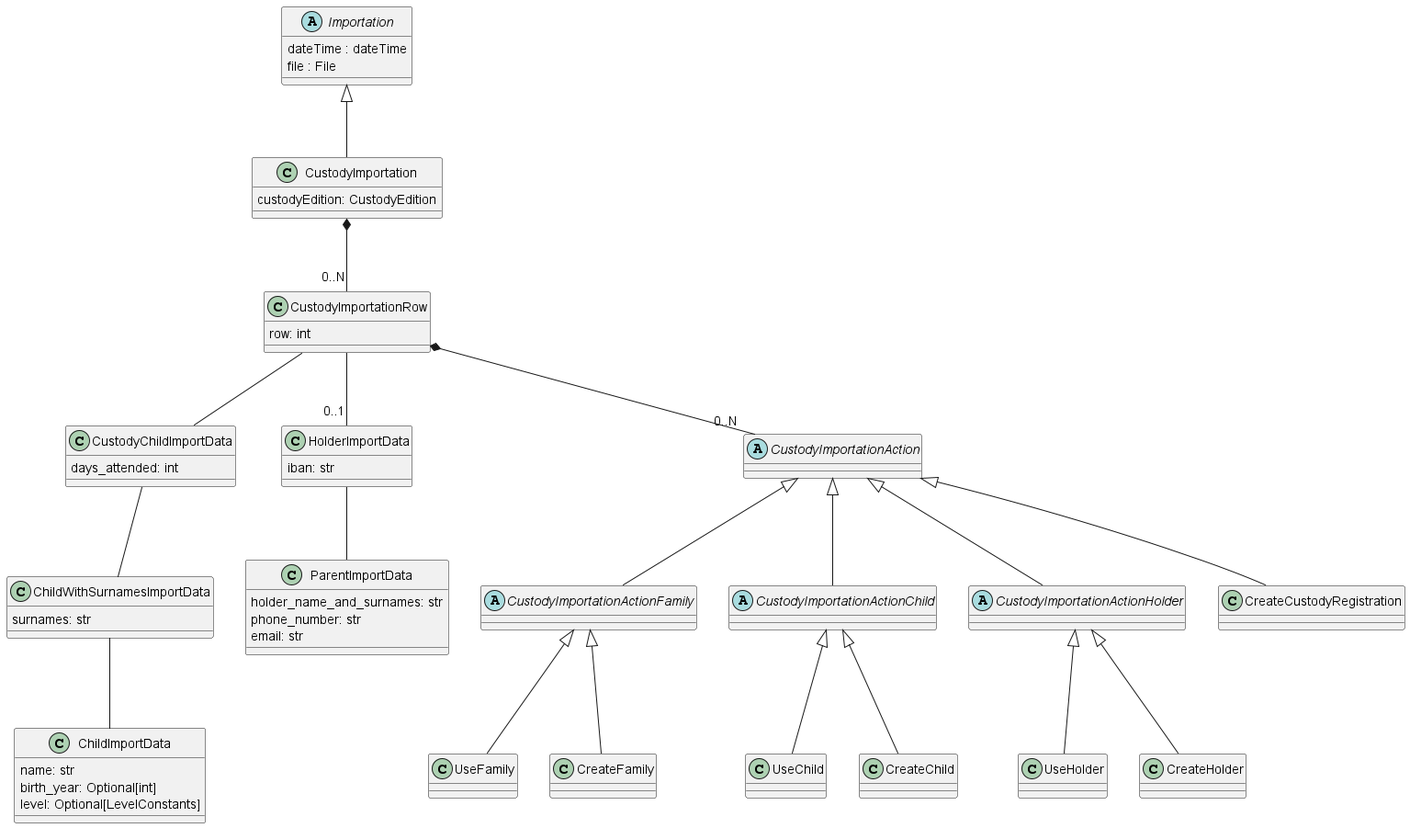
Above: doc/DomainModelDiagram/ImportationPackage/ImportationPackage.png in IgnacioMaestro/ampa-manager (PlantUML), before the change. The source it was exported from:
```plantuml
@startuml
abstract class Importation {
    dateTime : dateTime
    file : File
}
class CustodyImportation {
    custodyEdition: CustodyEdition
}
class CustodyImportationRow {
    row: int
}
class CustodyChildImportData {
    days_attended: int
}
class HolderImportData {
    iban: str
}
class ChildWithSurnamesImportData {
    surnames: str
}
class ChildImportData {
    name: str
    birth_year: Optional[int]
    level: Optional[LevelConstants]
}
class ParentImportData {
    holder_name_and_surnames: str
    phone_number: str
    email: str
}
abstract class CustodyImportationAction
abstract class CustodyImportationActionFamily
abstract class CustodyImportationActionChild
abstract class CustodyImportationActionHolder
class UseFamily
class CreateFamily
class UseChild
class CreateChild
class UseHolder
class CreateHolder
class CreateCustodyRegistration

Importation <|-- CustodyImportation: ""

CustodyImportation *-- "0..N" CustodyImportationRow: ""

CustodyImportationRow -- CustodyChildImportData: ""
CustodyImportationRow -- "0..1" HolderImportData: ""
CustodyImportationRow *-- "0..N" CustodyImportationAction: ""

CustodyChildImportData -- ChildWithSurnamesImportData: ""
ChildWithSurnamesImportData -- ChildImportData: ""

HolderImportData -- ParentImportData: ""

CustodyImportationAction <|-- CustodyImportationActionFamily: ""
CustodyImportationAction <|-- CreateCustodyRegistration: ""
CustodyImportationAction <|-- CustodyImportationActionChild: ""
CustodyImportationAction <|-- CustodyImportationActionHolder: ""
CustodyImportationActionFamily <|-- UseFamily: ""
CustodyImportationActionFamily <|-- CreateFamily: ""
CustodyImportationActionChild <|-- UseChild: ""
CustodyImportationActionChild <|-- CreateChild: ""
CustodyImportationActionHolder <|-- UseHolder: ""
CustodyImportationActionHolder <|-- CreateHolder: ""
@enduml
```
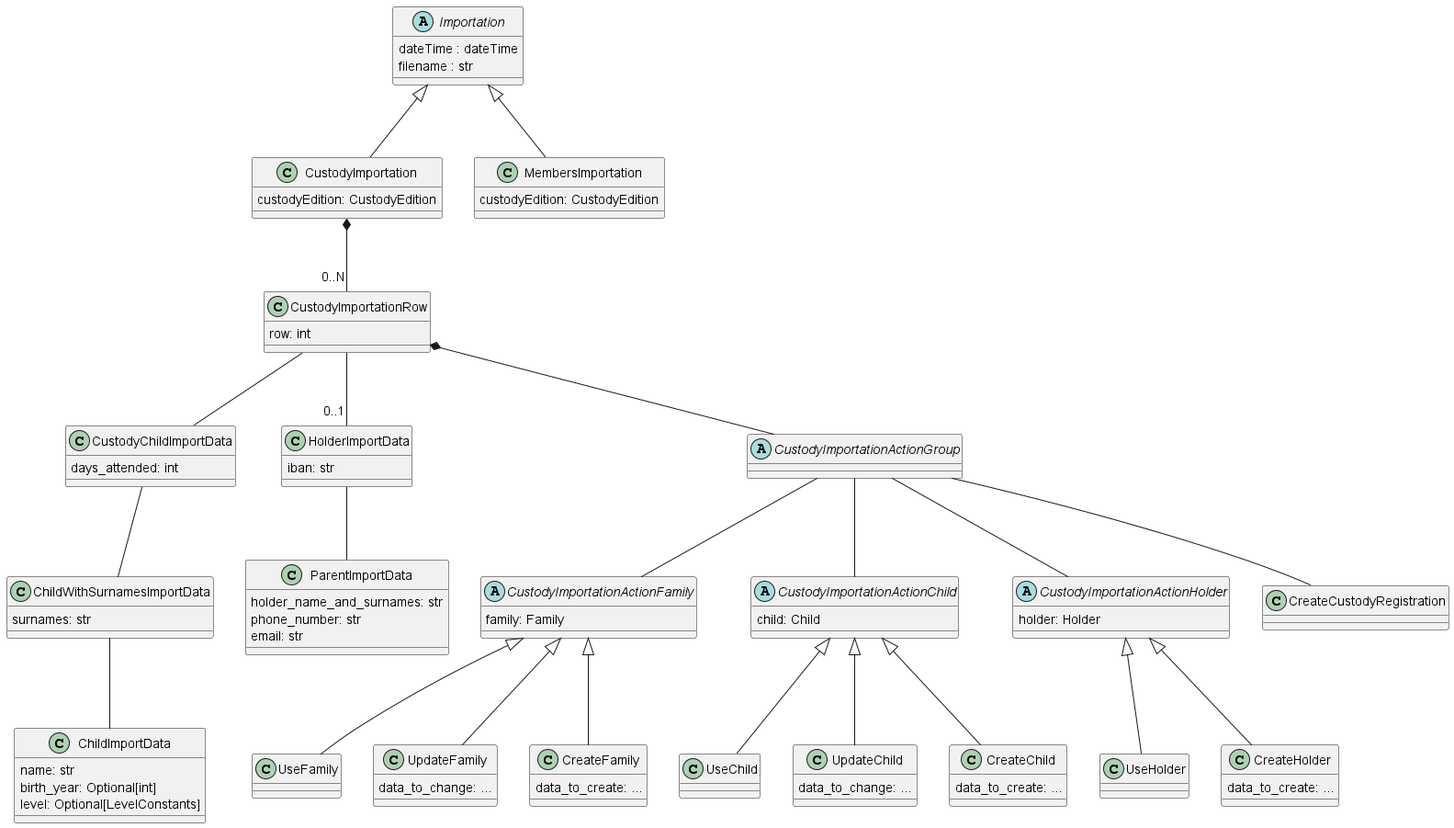
After the commit.

Diff of the diagram source:
```diff
@@ -1,9 +1,12 @@
 @startuml
 abstract class Importation {
     dateTime : dateTime
-    file : File
+    filename : str
 }
 class CustodyImportation {
+    custodyEdition: CustodyEdition
+}
+class MembersImportation {
     custodyEdition: CustodyEdition
 }
 class CustodyImportationRow {
@@ -28,39 +31,60 @@
     phone_number: str
     email: str
 }
-abstract class CustodyImportationAction
-abstract class CustodyImportationActionFamily
-abstract class CustodyImportationActionChild
-abstract class CustodyImportationActionHolder
+abstract class CustodyImportationActionGroup
+abstract class CustodyImportationActionFamily {
+    family: Family
+}
+abstract class CustodyImportationActionChild {
+    child: Child
+}
+abstract class CustodyImportationActionHolder {
+    holder: Holder
+}
 class UseFamily
-class CreateFamily
+class UpdateFamily {
+    data_to_change: ...
+}
+class CreateFamily {
+    data_to_create: ...
+}
 class UseChild
-class CreateChild
+class UpdateChild {
+    data_to_change: ...
+}
+class CreateChild {
+    data_to_create: ...
+}
 class UseHolder
-class CreateHolder
+class CreateHolder {
+    data_to_create: ...
+}
 class CreateCustodyRegistration
 
 Importation <|-- CustodyImportation: ""
+Importation <|-- MembersImportation: ""
 
 CustodyImportation *-- "0..N" CustodyImportationRow: ""
 
 CustodyImportationRow -- CustodyChildImportData: ""
 CustodyImportationRow -- "0..1" HolderImportData: ""
-CustodyImportationRow *-- "0..N" CustodyImportationAction: ""
+CustodyImportationRow *-- CustodyImportationActionGroup: ""
 
 CustodyChildImportData -- ChildWithSurnamesImportData: ""
 ChildWithSurnamesImportData -- ChildImportData: ""
 
 HolderImportData -- ParentImportData: ""
 
-CustodyImportationAction <|-- CustodyImportationActionFamily: ""
-CustodyImportationAction <|-- CreateCustodyRegistration: ""
-CustodyImportationAction <|-- CustodyImportationActionChild: ""
-CustodyImportationAction <|-- CustodyImportationActionHolder: ""
+CustodyImportationActionGroup -- CustodyImportationActionFamily: ""
+CustodyImportationActionGroup -- CreateCustodyRegistration: ""
+CustodyImportationActionGroup -- CustodyImportationActionChild: ""
+CustodyImportationActionGroup -- CustodyImportationActionHolder: ""
 CustodyImportationActionFamily <|-- UseFamily: ""
 CustodyImportationActionFamily <|-- CreateFamily: ""
+CustodyImportationActionFamily <|-- UpdateFamily: ""
 CustodyImportationActionChild <|-- UseChild: ""
 CustodyImportationActionChild <|-- CreateChild: ""
+CustodyImportationActionChild <|-- UpdateChild: ""
 CustodyImportationActionHolder <|-- UseHolder: ""
 CustodyImportationActionHolder <|-- CreateHolder: ""
 @enduml
```
